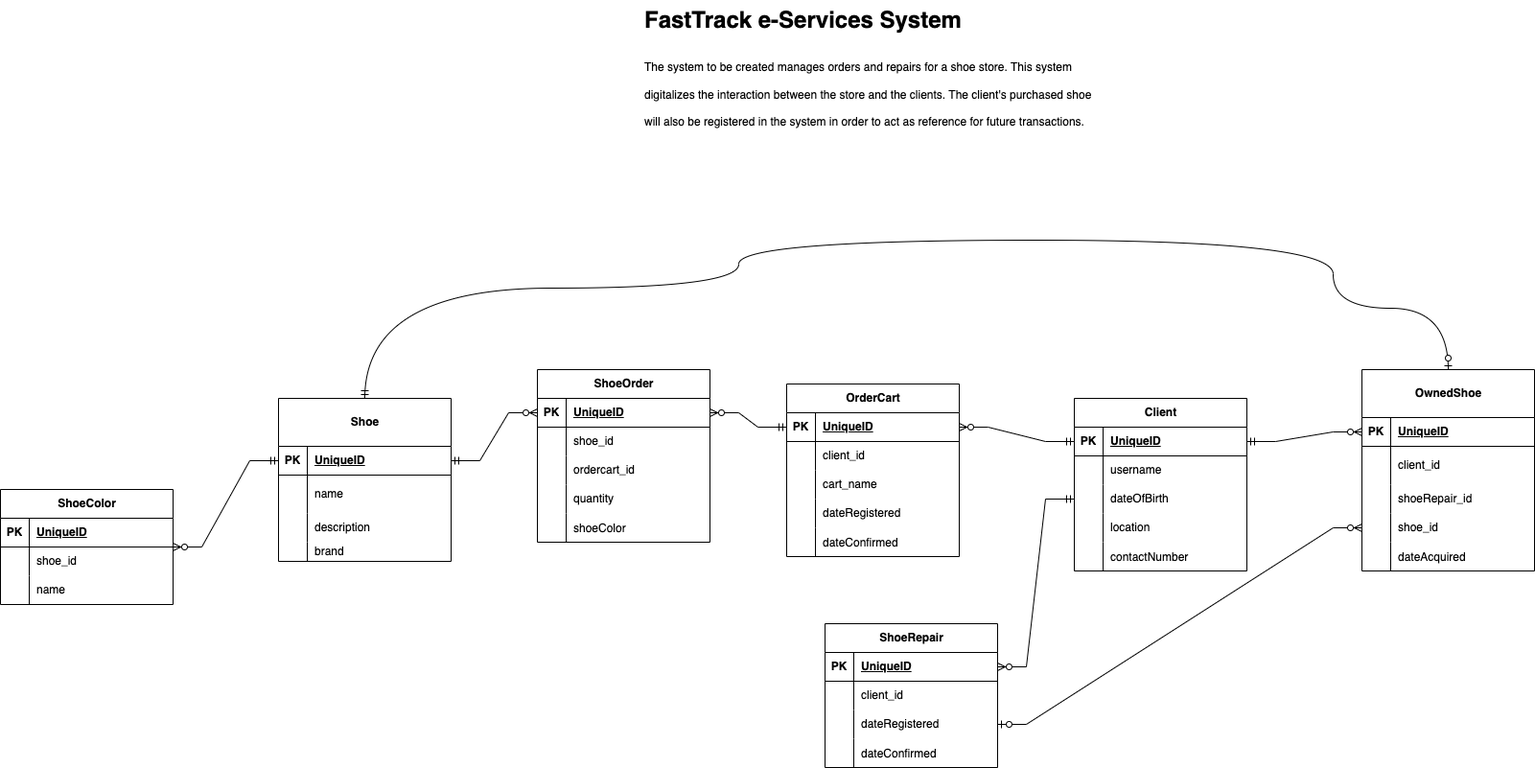
Decoretum/FastTrackEServices keeps this draw.io diagram as FastTrackEServicesArchitecture-DataBase.drawio.png. Above is the earlier version. Source tidied: cells renumbered, new cells last; positions are measured from the earlier drawing's top-left corner, leaving out a move shared by most shapes.
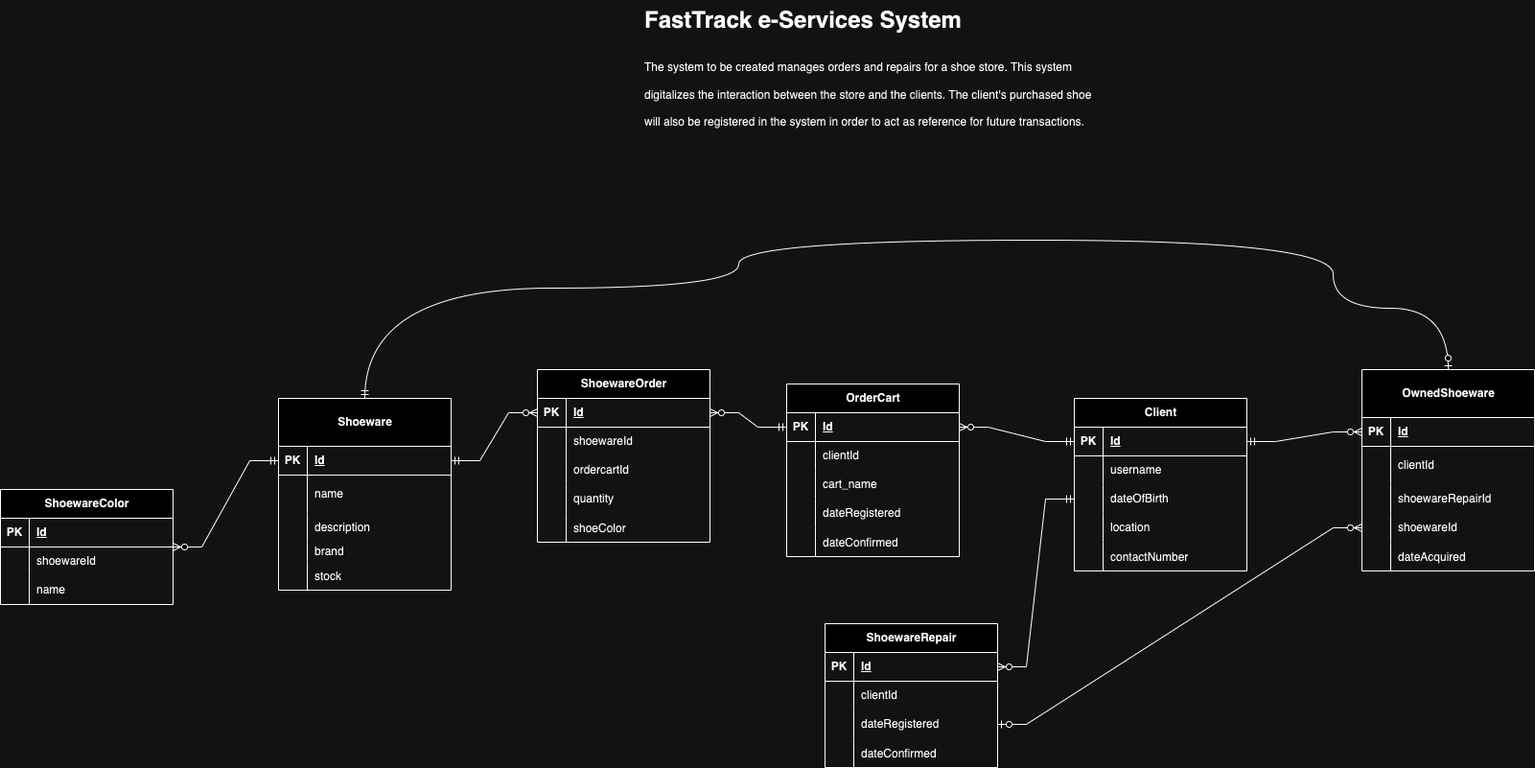
Above is the later version.

Change to the diagram source:
```diff
@@ -11,7 +11,7 @@
     <mxCell id="4" value="PK" style="shape=partialRectangle;fillColor=none;top=0;left=0;bottom=0;right=0;fontStyle=1;overflow=hidden;whiteSpace=wrap;html=1;" parent="3" vertex="1">
       <mxGeometry width="30" height="30" as="geometry" />
     </mxCell>
-    <mxCell id="5" value="UniqueID" style="shape=partialRectangle;fillColor=none;top=0;left=0;bottom=0;right=0;align=left;spacingLeft=6;fontStyle=5;overflow=hidden;whiteSpace=wrap;html=1;" parent="3" vertex="1">
+    <mxCell id="5" value="Id" style="shape=partialRectangle;fillColor=none;top=0;left=0;bottom=0;right=0;align=left;spacingLeft=6;fontStyle=5;overflow=hidden;whiteSpace=wrap;html=1;" parent="3" vertex="1">
       <mxGeometry x="30" width="150" height="30" as="geometry" />
     </mxCell>
     <mxCell id="6" style="shape=tableRow;horizontal=0;startSize=0;swimlaneHead=0;swimlaneBody=0;fillColor=none;top=0;left=0;right=0;bottom=0;" parent="2" vertex="1">
@@ -53,7 +53,7 @@
     <mxCell id="18" value="&lt;h1 style=&quot;margin-top: 0px;&quot;&gt;FastTrack e-Services System&lt;/h1&gt;&lt;h1 style=&quot;margin-top: 0px;&quot;&gt;&lt;span style=&quot;background-color: initial; font-size: 12px; font-weight: normal;&quot;&gt;The system to be created manages orders and repairs for a shoe store. This system digitalizes the interaction between the store and the clients. The client's purchased shoe will also be registered in the system in order to act as reference for future transactions.&lt;/span&gt;&lt;br&gt;&lt;/h1&gt;" style="text;html=1;whiteSpace=wrap;overflow=hidden;rounded=0;" parent="1" vertex="1">
       <mxGeometry x="670" width="480" height="190" as="geometry" />
     </mxCell>
-    <mxCell id="19" value="ShoeRepair" style="shape=table;startSize=30;rowLines=0;fontStyle=1;align=center;html=1;" parent="1" vertex="1">
+    <mxCell id="19" value="ShoewareRepair" style="shape=table;startSize=30;rowLines=0;fontStyle=1;align=center;html=1;" parent="1" vertex="1">
       <mxGeometry x="860" y="650" width="180" height="150" as="geometry" />
     </mxCell>
     <mxCell id="20" style="shape=tableRow;horizontal=0;startSize=0;swimlaneHead=0;swimlaneBody=0;fillColor=none;points=[[0,0.5],[1,0.5]];portConstraint=eastwest;top=0;left=0;right=0;bottom=1;" parent="19" vertex="1">
@@ -62,7 +62,7 @@
     <mxCell id="21" value="PK" style="shape=partialRectangle;fillColor=none;top=0;left=0;bottom=0;right=0;fontStyle=1;overflow=hidden;whiteSpace=wrap;html=1;" parent="20" vertex="1">
       <mxGeometry width="30" height="30" as="geometry" />
     </mxCell>
-    <mxCell id="22" value="UniqueID" style="shape=partialRectangle;fillColor=none;top=0;left=0;bottom=0;right=0;align=left;spacingLeft=6;fontStyle=5;overflow=hidden;whiteSpace=wrap;html=1;" parent="20" vertex="1">
+    <mxCell id="22" value="Id" style="shape=partialRectangle;fillColor=none;top=0;left=0;bottom=0;right=0;align=left;spacingLeft=6;fontStyle=5;overflow=hidden;whiteSpace=wrap;html=1;" parent="20" vertex="1">
       <mxGeometry x="30" width="150" height="30" as="geometry" />
     </mxCell>
     <mxCell id="23" style="shape=tableRow;horizontal=0;startSize=0;swimlaneHead=0;swimlaneBody=0;fillColor=none;top=0;left=0;right=0;bottom=0;" parent="19" vertex="1">
@@ -71,7 +71,7 @@
     <mxCell id="24" style="shape=partialRectangle;fillColor=none;top=0;left=0;bottom=0;right=0;overflow=hidden;whiteSpace=wrap;html=1;" parent="23" vertex="1">
       <mxGeometry width="30" height="30" as="geometry" />
     </mxCell>
-    <mxCell id="25" value="client_id" style="shape=partialRectangle;fillColor=none;top=0;left=0;bottom=0;right=0;align=left;spacingLeft=6;overflow=hidden;whiteSpace=wrap;html=1;" parent="23" vertex="1">
+    <mxCell id="25" value="clientId" style="shape=partialRectangle;fillColor=none;top=0;left=0;bottom=0;right=0;align=left;spacingLeft=6;overflow=hidden;whiteSpace=wrap;html=1;" parent="23" vertex="1">
       <mxGeometry x="30" width="150" height="30" as="geometry" />
     </mxCell>
     <mxCell id="26" style="shape=tableRow;horizontal=0;startSize=0;swimlaneHead=0;swimlaneBody=0;fillColor=none;top=0;left=0;right=0;bottom=0;" parent="19" vertex="1">
@@ -101,7 +101,7 @@
     <mxCell id="34" value="PK" style="shape=partialRectangle;fillColor=none;top=0;left=0;bottom=0;right=0;fontStyle=1;overflow=hidden;whiteSpace=wrap;html=1;" parent="33" vertex="1">
       <mxGeometry width="30" height="30" as="geometry" />
     </mxCell>
-    <mxCell id="35" value="UniqueID" style="shape=partialRectangle;fillColor=none;top=0;left=0;bottom=0;right=0;align=left;spacingLeft=6;fontStyle=5;overflow=hidden;whiteSpace=wrap;html=1;" parent="33" vertex="1">
+    <mxCell id="35" value="Id" style="shape=partialRectangle;fillColor=none;top=0;left=0;bottom=0;right=0;align=left;spacingLeft=6;fontStyle=5;overflow=hidden;whiteSpace=wrap;html=1;" parent="33" vertex="1">
       <mxGeometry x="30" width="150" height="30" as="geometry" />
     </mxCell>
     <mxCell id="36" style="shape=tableRow;horizontal=0;startSize=0;swimlaneHead=0;swimlaneBody=0;fillColor=none;top=0;left=0;right=0;bottom=0;" parent="32" vertex="1">
@@ -110,7 +110,7 @@
     <mxCell id="37" style="shape=partialRectangle;fillColor=none;top=0;left=0;bottom=0;right=0;overflow=hidden;whiteSpace=wrap;html=1;" parent="36" vertex="1">
       <mxGeometry width="30" height="30" as="geometry" />
     </mxCell>
-    <mxCell id="38" value="client_id" style="shape=partialRectangle;fillColor=none;top=0;left=0;bottom=0;right=0;align=left;spacingLeft=6;overflow=hidden;whiteSpace=wrap;html=1;" parent="36" vertex="1">
+    <mxCell id="38" value="clientId" style="shape=partialRectangle;fillColor=none;top=0;left=0;bottom=0;right=0;align=left;spacingLeft=6;overflow=hidden;whiteSpace=wrap;html=1;" parent="36" vertex="1">
       <mxGeometry x="30" width="150" height="30" as="geometry" />
     </mxCell>
     <mxCell id="39" style="shape=tableRow;horizontal=0;startSize=0;swimlaneHead=0;swimlaneBody=0;fillColor=none;top=0;left=0;right=0;bottom=0;" parent="32" vertex="1">
@@ -150,7 +150,7 @@
         </Array>
       </mxGeometry>
     </mxCell>
-    <mxCell id="49" value="ShoeOrder" style="shape=table;startSize=30;rowLines=0;fontStyle=1;align=center;html=1;" parent="1" vertex="1">
+    <mxCell id="49" value="ShoewareOrder" style="shape=table;startSize=30;rowLines=0;fontStyle=1;align=center;html=1;" parent="1" vertex="1">
       <mxGeometry x="560" y="385" width="180" height="180" as="geometry" />
     </mxCell>
     <mxCell id="50" style="shape=tableRow;horizontal=0;startSize=0;swimlaneHead=0;swimlaneBody=0;fillColor=none;points=[[0,0.5],[1,0.5]];portConstraint=eastwest;top=0;left=0;right=0;bottom=1;" parent="49" vertex="1">
@@ -159,7 +159,7 @@
     <mxCell id="51" value="PK" style="shape=partialRectangle;fillColor=none;top=0;left=0;bottom=0;right=0;fontStyle=1;overflow=hidden;whiteSpace=wrap;html=1;" parent="50" vertex="1">
       <mxGeometry width="30" height="30" as="geometry" />
     </mxCell>
-    <mxCell id="52" value="UniqueID" style="shape=partialRectangle;fillColor=none;top=0;left=0;bottom=0;right=0;align=left;spacingLeft=6;fontStyle=5;overflow=hidden;whiteSpace=wrap;html=1;" parent="50" vertex="1">
+    <mxCell id="52" value="Id" style="shape=partialRectangle;fillColor=none;top=0;left=0;bottom=0;right=0;align=left;spacingLeft=6;fontStyle=5;overflow=hidden;whiteSpace=wrap;html=1;" parent="50" vertex="1">
       <mxGeometry x="30" width="150" height="30" as="geometry" />
     </mxCell>
     <mxCell id="53" style="shape=tableRow;horizontal=0;startSize=0;swimlaneHead=0;swimlaneBody=0;fillColor=none;top=0;left=0;right=0;bottom=0;" parent="49" vertex="1">
@@ -168,7 +168,7 @@
     <mxCell id="54" style="shape=partialRectangle;fillColor=none;top=0;left=0;bottom=0;right=0;overflow=hidden;whiteSpace=wrap;html=1;" parent="53" vertex="1">
       <mxGeometry width="30" height="30" as="geometry" />
     </mxCell>
-    <mxCell id="55" value="shoe_id&lt;span style=&quot;white-space: pre;&quot;&gt;&#9;&lt;/span&gt;" style="shape=partialRectangle;fillColor=none;top=0;left=0;bottom=0;right=0;align=left;spacingLeft=6;overflow=hidden;whiteSpace=wrap;html=1;" parent="53" vertex="1">
+    <mxCell id="55" value="shoewareId&lt;span style=&quot;white-space: pre;&quot;&gt;&#9;&lt;/span&gt;" style="shape=partialRectangle;fillColor=none;top=0;left=0;bottom=0;right=0;align=left;spacingLeft=6;overflow=hidden;whiteSpace=wrap;html=1;" parent="53" vertex="1">
       <mxGeometry x="30" width="150" height="30" as="geometry" />
     </mxCell>
     <mxCell id="56" style="shape=tableRow;horizontal=0;startSize=0;swimlaneHead=0;swimlaneBody=0;fillColor=none;top=0;left=0;right=0;bottom=0;" parent="49" vertex="1">
@@ -177,7 +177,7 @@
     <mxCell id="57" style="shape=partialRectangle;fillColor=none;top=0;left=0;bottom=0;right=0;overflow=hidden;whiteSpace=wrap;html=1;" parent="56" vertex="1">
       <mxGeometry width="30" height="30" as="geometry" />
     </mxCell>
-    <mxCell id="58" value="ordercart_id" style="shape=partialRectangle;fillColor=none;top=0;left=0;bottom=0;right=0;align=left;spacingLeft=6;overflow=hidden;whiteSpace=wrap;html=1;" parent="56" vertex="1">
+    <mxCell id="58" value="ordercartId" style="shape=partialRectangle;fillColor=none;top=0;left=0;bottom=0;right=0;align=left;spacingLeft=6;overflow=hidden;whiteSpace=wrap;html=1;" parent="56" vertex="1">
       <mxGeometry x="30" width="150" height="30" as="geometry" />
     </mxCell>
     <mxCell id="59" style="shape=tableRow;horizontal=0;startSize=0;swimlaneHead=0;swimlaneBody=0;fillColor=none;top=0;left=0;right=0;bottom=0;" parent="49" vertex="1">
@@ -201,7 +201,7 @@
     <mxCell id="65" style="edgeStyle=entityRelationEdgeStyle;fontSize=12;html=1;endArrow=ERzeroToMany;startArrow=ERmandOne;rounded=0;exitX=0;exitY=0.5;exitDx=0;exitDy=0;entryX=1;entryY=0.5;entryDx=0;entryDy=0;" parent="1" edge="1" source="9" target="20">
       <mxGeometry relative="1" as="geometry" />
     </mxCell>
-    <mxCell id="66" value="OwnedShoe" style="shape=table;startSize=50;rowLines=0;fontStyle=1;align=center;html=1;" parent="1" vertex="1">
+    <mxCell id="66" value="OwnedShoeware" style="shape=table;startSize=50;rowLines=0;fontStyle=1;align=center;html=1;" parent="1" vertex="1">
       <mxGeometry x="1420" y="385" width="180" height="210" as="geometry" />
     </mxCell>
     <mxCell id="67" style="shape=tableRow;horizontal=0;startSize=0;swimlaneHead=0;swimlaneBody=0;fillColor=none;points=[[0,0.5],[1,0.5]];portConstraint=eastwest;top=0;left=0;right=0;bottom=1;" parent="66" vertex="1">
@@ -210,7 +210,7 @@
     <mxCell id="68" value="PK" style="shape=partialRectangle;fillColor=none;top=0;left=0;bottom=0;right=0;fontStyle=1;overflow=hidden;whiteSpace=wrap;html=1;" parent="67" vertex="1">
       <mxGeometry width="30" height="30" as="geometry" />
     </mxCell>
-    <mxCell id="69" value="UniqueID" style="shape=partialRectangle;fillColor=none;top=0;left=0;bottom=0;right=0;align=left;spacingLeft=6;fontStyle=5;overflow=hidden;whiteSpace=wrap;html=1;" parent="67" vertex="1">
+    <mxCell id="69" value="Id" style="shape=partialRectangle;fillColor=none;top=0;left=0;bottom=0;right=0;align=left;spacingLeft=6;fontStyle=5;overflow=hidden;whiteSpace=wrap;html=1;" parent="67" vertex="1">
       <mxGeometry x="30" width="150" height="30" as="geometry" />
     </mxCell>
     <mxCell id="70" style="shape=tableRow;horizontal=0;startSize=0;swimlaneHead=0;swimlaneBody=0;fillColor=none;top=0;left=0;right=0;bottom=0;" parent="66" vertex="1">
@@ -219,7 +219,7 @@
     <mxCell id="71" style="shape=partialRectangle;fillColor=none;top=0;left=0;bottom=0;right=0;overflow=hidden;whiteSpace=wrap;html=1;" parent="70" vertex="1">
       <mxGeometry width="30" height="40" as="geometry" />
     </mxCell>
-    <mxCell id="72" value="client_id" style="shape=partialRectangle;fillColor=none;top=0;left=0;bottom=0;right=0;align=left;spacingLeft=6;overflow=hidden;whiteSpace=wrap;html=1;" parent="70" vertex="1">
+    <mxCell id="72" value="clientId" style="shape=partialRectangle;fillColor=none;top=0;left=0;bottom=0;right=0;align=left;spacingLeft=6;overflow=hidden;whiteSpace=wrap;html=1;" parent="70" vertex="1">
       <mxGeometry x="30" width="150" height="40" as="geometry" />
     </mxCell>
     <mxCell id="73" style="shape=tableRow;horizontal=0;startSize=0;swimlaneHead=0;swimlaneBody=0;fillColor=none;top=0;left=0;right=0;bottom=0;" parent="66" vertex="1">
@@ -228,7 +228,7 @@
     <mxCell id="74" style="shape=partialRectangle;fillColor=none;top=0;left=0;bottom=0;right=0;overflow=hidden;whiteSpace=wrap;html=1;" parent="73" vertex="1">
       <mxGeometry width="30" height="30" as="geometry" />
     </mxCell>
-    <mxCell id="75" value="shoeRepair_id" style="shape=partialRectangle;fillColor=none;top=0;left=0;bottom=0;right=0;align=left;spacingLeft=6;overflow=hidden;whiteSpace=wrap;html=1;" parent="73" vertex="1">
+    <mxCell id="75" value="shoewareRepairId" style="shape=partialRectangle;fillColor=none;top=0;left=0;bottom=0;right=0;align=left;spacingLeft=6;overflow=hidden;whiteSpace=wrap;html=1;" parent="73" vertex="1">
       <mxGeometry x="30" width="150" height="30" as="geometry" />
     </mxCell>
     <mxCell id="76" style="shape=tableRow;horizontal=0;startSize=0;swimlaneHead=0;swimlaneBody=0;fillColor=none;points=[[0,0.5],[1,0.5]];portConstraint=eastwest;top=0;left=0;right=0;bottom=0;" parent="66" vertex="1">
@@ -237,7 +237,7 @@
     <mxCell id="77" style="shape=partialRectangle;fillColor=none;top=0;left=0;bottom=0;right=0;overflow=hidden;whiteSpace=wrap;html=1;" parent="76" vertex="1">
       <mxGeometry width="30" height="30" as="geometry" />
     </mxCell>
-    <mxCell id="78" value="shoe_id" style="shape=partialRectangle;fillColor=none;top=0;left=0;bottom=0;right=0;align=left;spacingLeft=6;overflow=hidden;whiteSpace=wrap;html=1;" parent="76" vertex="1">
+    <mxCell id="78" value="shoewareId" style="shape=partialRectangle;fillColor=none;top=0;left=0;bottom=0;right=0;align=left;spacingLeft=6;overflow=hidden;whiteSpace=wrap;html=1;" parent="76" vertex="1">
       <mxGeometry x="30" width="150" height="30" as="geometry" />
     </mxCell>
     <mxCell id="79" style="shape=tableRow;horizontal=0;startSize=0;swimlaneHead=0;swimlaneBody=0;fillColor=none;top=0;left=0;right=0;bottom=0;" parent="66" vertex="1">
@@ -272,8 +272,8 @@
         </Array>
       </mxGeometry>
     </mxCell>
-    <mxCell id="84" value="Shoe" style="shape=table;startSize=50;rowLines=0;fontStyle=1;align=center;html=1;" parent="1" vertex="1">
-      <mxGeometry x="290" y="415" width="180" height="170" as="geometry" />
+    <mxCell id="84" value="Shoeware" style="shape=table;startSize=50;rowLines=0;fontStyle=1;align=center;html=1;" parent="1" vertex="1">
+      <mxGeometry x="290" y="415" width="180" height="200" as="geometry" />
     </mxCell>
     <mxCell id="85" style="shape=tableRow;horizontal=0;startSize=0;swimlaneHead=0;swimlaneBody=0;fillColor=none;points=[[0,0.5],[1,0.5]];portConstraint=eastwest;top=0;left=0;right=0;bottom=1;" parent="84" vertex="1">
       <mxGeometry y="50" width="180" height="30" as="geometry" />
@@ -281,7 +281,7 @@
     <mxCell id="86" value="PK" style="shape=partialRectangle;fillColor=none;top=0;left=0;bottom=0;right=0;fontStyle=1;overflow=hidden;whiteSpace=wrap;html=1;" parent="85" vertex="1">
       <mxGeometry width="30" height="30" as="geometry" />
     </mxCell>
-    <mxCell id="87" value="UniqueID" style="shape=partialRectangle;fillColor=none;top=0;left=0;bottom=0;right=0;align=left;spacingLeft=6;fontStyle=5;overflow=hidden;whiteSpace=wrap;html=1;" parent="85" vertex="1">
+    <mxCell id="87" value="Id" style="shape=partialRectangle;fillColor=none;top=0;left=0;bottom=0;right=0;align=left;spacingLeft=6;fontStyle=5;overflow=hidden;whiteSpace=wrap;html=1;" parent="85" vertex="1">
       <mxGeometry x="30" width="150" height="30" as="geometry" />
     </mxCell>
     <mxCell id="88" style="shape=tableRow;horizontal=0;startSize=0;swimlaneHead=0;swimlaneBody=0;fillColor=none;top=0;left=0;right=0;bottom=0;" parent="84" vertex="1">
@@ -311,7 +311,16 @@
     <mxCell id="96" value="brand" style="shape=partialRectangle;fillColor=none;top=0;left=0;bottom=0;right=0;align=left;spacingLeft=6;overflow=hidden;whiteSpace=wrap;html=1;" parent="94" vertex="1">
       <mxGeometry x="30" width="150" height="20" as="geometry" />
     </mxCell>
+    <mxCell id="111" style="shape=tableRow;horizontal=0;startSize=0;swimlaneHead=0;swimlaneBody=0;fillColor=none;top=0;left=0;right=0;bottom=0;" parent="84" vertex="1">
+      <mxGeometry y="170" width="180" height="30" as="geometry" />
+    </mxCell>
+    <mxCell id="112" style="shape=partialRectangle;fillColor=none;top=0;left=0;bottom=0;right=0;overflow=hidden;" parent="111" vertex="1">
+      <mxGeometry width="30" height="30" as="geometry" />
+    </mxCell>
+    <mxCell id="113" value="stock" style="shape=partialRectangle;fillColor=none;top=0;left=0;bottom=0;right=0;align=left;spacingLeft=6;overflow=hidden;" parent="111" vertex="1">
+      <mxGeometry x="30" width="150" height="30" as="geometry" />
+    </mxCell>
-    <mxCell id="97" value="ShoeColor" style="shape=table;startSize=30;rowLines=0;fontStyle=1;align=center;html=1;" parent="1" vertex="1">
+    <mxCell id="97" value="ShoewareColor" style="shape=table;startSize=30;rowLines=0;fontStyle=1;align=center;html=1;" parent="1" vertex="1">
       <mxGeometry y="510" width="180" height="120" as="geometry" />
     </mxCell>
     <mxCell id="98" style="shape=tableRow;horizontal=0;startSize=0;swimlaneHead=0;swimlaneBody=0;fillColor=none;top=0;left=0;right=0;bottom=1;" parent="97" vertex="1">
@@ -320,7 +329,7 @@
     <mxCell id="99" value="PK" style="shape=partialRectangle;fillColor=none;top=0;left=0;bottom=0;right=0;fontStyle=1;overflow=hidden;whiteSpace=wrap;html=1;" parent="98" vertex="1">
       <mxGeometry width="30" height="30" as="geometry" />
     </mxCell>
-    <mxCell id="100" value="UniqueID" style="shape=partialRectangle;fillColor=none;top=0;left=0;bottom=0;right=0;align=left;spacingLeft=6;fontStyle=5;overflow=hidden;whiteSpace=wrap;html=1;" parent="98" vertex="1">
+    <mxCell id="100" value="Id" style="shape=partialRectangle;fillColor=none;top=0;left=0;bottom=0;right=0;align=left;spacingLeft=6;fontStyle=5;overflow=hidden;whiteSpace=wrap;html=1;" parent="98" vertex="1">
       <mxGeometry x="30" width="150" height="30" as="geometry" />
     </mxCell>
     <mxCell id="101" style="shape=tableRow;horizontal=0;startSize=0;swimlaneHead=0;swimlaneBody=0;fillColor=none;top=0;left=0;right=0;bottom=0;" parent="97" vertex="1">
@@ -329,7 +338,7 @@
     <mxCell id="102" style="shape=partialRectangle;fillColor=none;top=0;left=0;bottom=0;right=0;overflow=hidden;whiteSpace=wrap;html=1;" parent="101" vertex="1">
       <mxGeometry width="30" height="30" as="geometry" />
     </mxCell>
-    <mxCell id="103" value="shoe_id" style="shape=partialRectangle;fillColor=none;top=0;left=0;bottom=0;right=0;align=left;spacingLeft=6;overflow=hidden;whiteSpace=wrap;html=1;" parent="101" vertex="1">
+    <mxCell id="103" value="shoewareId" style="shape=partialRectangle;fillColor=none;top=0;left=0;bottom=0;right=0;align=left;spacingLeft=6;overflow=hidden;whiteSpace=wrap;html=1;" parent="101" vertex="1">
       <mxGeometry x="30" width="150" height="30" as="geometry" />
     </mxCell>
     <mxCell id="104" style="shape=tableRow;horizontal=0;startSize=0;swimlaneHead=0;swimlaneBody=0;fillColor=none;top=0;left=0;right=0;bottom=0;" parent="97" vertex="1">
```
